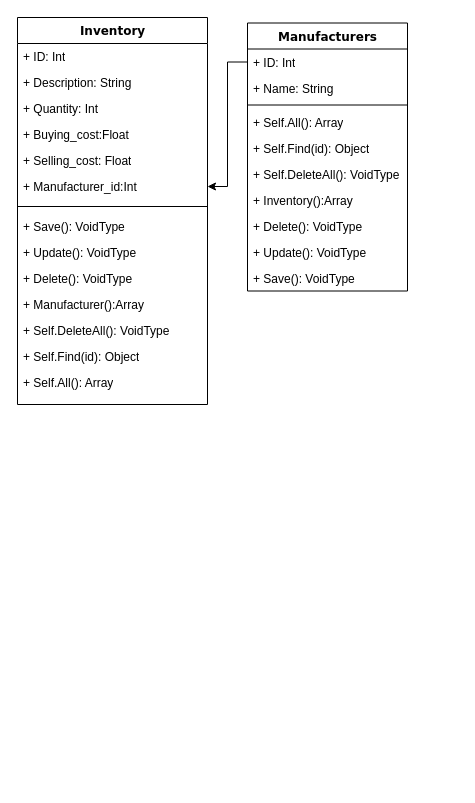
Above: Untitled Diagram.drawio in Maskonk/Book-Inventory-Management-System (draw.io), before the change. Source tidied: cells renumbered, new cells numbered last; positions are measured from the earlier drawing's top-left corner, leaving out a move shared by most shapes. Both pictures are drawn from the tidied source at 100%, with x=0, y=0 at pixel (17, 17).
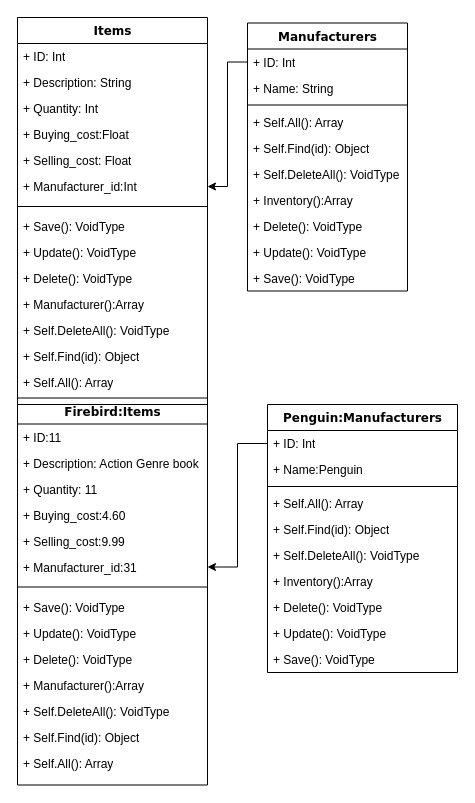
After the change.

Commit message:
Added Object diagrams

What changed in the source:
```diff
@@
-    <mxCell id="2" value="Inventory" style="swimlane;html=1;fontStyle=1;align=center;verticalAlign=top;horizontal=1;startSize=26;swimlaneFillColor=#ffffff;rounded=0;shadow=0;comic=0;labelBackgroundColor=none;strokeColor=#000000;strokeWidth=1;fillColor=none;fontFamily=Verdana;fontSize=12;fontColor=#000000;" parent="1" vertex="1">
+    <mxCell id="2" value="Items&lt;br&gt;" style="swimlane;html=1;fontStyle=1;align=center;verticalAlign=top;horizontal=1;startSize=26;swimlaneFillColor=#ffffff;rounded=0;shadow=0;comic=0;labelBackgroundColor=none;strokeColor=#000000;strokeWidth=1;fillColor=none;fontFamily=Verdana;fontSize=12;fontColor=#000000;" parent="1" vertex="1">
       <mxGeometry width="190" height="387" as="geometry" />
     </mxCell>
@@
+    <mxCell id="29" value="Firebird:Items" style="swimlane;html=1;fontStyle=1;align=center;verticalAlign=top;horizontal=1;startSize=26;swimlaneFillColor=#ffffff;rounded=0;shadow=0;comic=0;labelBackgroundColor=none;strokeColor=#000000;strokeWidth=1;fillColor=none;fontFamily=Verdana;fontSize=12;fontColor=#000000;" parent="1" vertex="1">
+      <mxGeometry y="380.5" width="190" height="387" as="geometry" />
+    </mxCell>
+    <mxCell id="30" value="+ ID:11" style="text;html=1;strokeColor=none;fillColor=none;align=left;verticalAlign=top;spacingLeft=4;spacingRight=4;whiteSpace=wrap;overflow=hidden;" parent="29" vertex="1">
+      <mxGeometry y="26" width="190" height="26" as="geometry" />
+    </mxCell>
+    <mxCell id="31" value="+ Description: Action Genre book&lt;br&gt;" style="text;html=1;strokeColor=none;fillColor=none;align=left;verticalAlign=top;spacingLeft=4;spacingRight=4;whiteSpace=wrap;overflow=hidden;" parent="29" vertex="1">
+      <mxGeometry y="52" width="190" height="26" as="geometry" />
+    </mxCell>
+    <mxCell id="32" value="+ Quantity: 11" style="text;html=1;strokeColor=none;fillColor=none;align=left;verticalAlign=top;spacingLeft=4;spacingRight=4;whiteSpace=wrap;overflow=hidden;" parent="29" vertex="1">
+      <mxGeometry y="78" width="190" height="26" as="geometry" />
+    </mxCell>
+    <mxCell id="33" value="+ Buying_cost:4.60" style="text;html=1;strokeColor=none;fillColor=none;align=left;verticalAlign=top;spacingLeft=4;spacingRight=4;whiteSpace=wrap;overflow=hidden;" parent="29" vertex="1">
+      <mxGeometry y="104" width="190" height="26" as="geometry" />
+    </mxCell>
+    <mxCell id="34" value="+ Selling_cost:9.99&lt;br&gt;" style="text;html=1;strokeColor=none;fillColor=none;align=left;verticalAlign=top;spacingLeft=4;spacingRight=4;whiteSpace=wrap;overflow=hidden;" parent="29" vertex="1">
+      <mxGeometry y="130" width="190" height="26" as="geometry" />
+    </mxCell>
+    <mxCell id="35" value="+ Manufacturer_id:31" style="text;html=1;strokeColor=none;fillColor=none;align=left;verticalAlign=top;spacingLeft=4;spacingRight=4;whiteSpace=wrap;overflow=hidden;points=[[0,0.5],[1,0.5]];portConstraint=eastwest;" parent="29" vertex="1">
+      <mxGeometry y="156" width="190" height="26" as="geometry" />
+    </mxCell>
+    <mxCell id="36" style="line;html=1;strokeWidth=1;fillColor=none;align=left;verticalAlign=middle;spacingTop=-1;spacingLeft=3;spacingRight=3;labelPosition=right;" parent="29" vertex="1">
+      <mxGeometry y="182" width="190" height="14" as="geometry" />
+    </mxCell>
+    <mxCell id="37" value="+ Save(): VoidType&lt;br&gt;" style="text;html=1;strokeColor=none;fillColor=none;align=left;verticalAlign=top;spacingLeft=4;spacingRight=4;whiteSpace=wrap;overflow=hidden;" parent="29" vertex="1">
+      <mxGeometry y="196" width="190" height="26" as="geometry" />
+    </mxCell>
+    <mxCell id="38" value="+ Update(): VoidType" style="text;html=1;strokeColor=none;fillColor=none;align=left;verticalAlign=top;spacingLeft=4;spacingRight=4;whiteSpace=wrap;overflow=hidden;" parent="29" vertex="1">
+      <mxGeometry y="222" width="190" height="26" as="geometry" />
+    </mxCell>
+    <mxCell id="39" value="+ Delete(): VoidType&lt;br&gt;" style="text;html=1;strokeColor=none;fillColor=none;align=left;verticalAlign=top;spacingLeft=4;spacingRight=4;whiteSpace=wrap;overflow=hidden;" parent="29" vertex="1">
+      <mxGeometry y="248" width="190" height="26" as="geometry" />
+    </mxCell>
+    <mxCell id="40" value="+ Manufacturer():Array&lt;br&gt;" style="text;html=1;strokeColor=none;fillColor=none;align=left;verticalAlign=top;spacingLeft=4;spacingRight=4;whiteSpace=wrap;overflow=hidden;" parent="29" vertex="1">
+      <mxGeometry y="274" width="190" height="26" as="geometry" />
+    </mxCell>
+    <mxCell id="41" value="+ Self.DeleteAll(): VoidType&lt;br&gt;" style="text;html=1;strokeColor=none;fillColor=none;align=left;verticalAlign=top;spacingLeft=4;spacingRight=4;whiteSpace=wrap;overflow=hidden;" parent="29" vertex="1">
+      <mxGeometry y="300" width="190" height="26" as="geometry" />
+    </mxCell>
+    <mxCell id="42" value="+ Self.Find(id): Object&lt;br&gt;" style="text;html=1;strokeColor=none;fillColor=none;align=left;verticalAlign=top;spacingLeft=4;spacingRight=4;whiteSpace=wrap;overflow=hidden;" parent="29" vertex="1">
+      <mxGeometry y="326" width="190" height="26" as="geometry" />
+    </mxCell>
+    <mxCell id="43" value="+ Self.All(): Array&lt;br&gt;" style="text;html=1;strokeColor=none;fillColor=none;align=left;verticalAlign=top;spacingLeft=4;spacingRight=4;whiteSpace=wrap;overflow=hidden;" parent="29" vertex="1">
+      <mxGeometry y="352" width="190" height="26" as="geometry" />
+    </mxCell>
+    <mxCell id="44" value="&lt;span&gt;Penguin:Manufacturers&lt;br&gt;&lt;/span&gt;" style="swimlane;html=1;fontStyle=1;align=center;verticalAlign=top;horizontal=1;startSize=26;swimlaneFillColor=#ffffff;rounded=0;shadow=0;comic=0;labelBackgroundColor=none;strokeColor=#000000;strokeWidth=1;fillColor=none;fontFamily=Verdana;fontSize=12;fontColor=#000000;" parent="1" vertex="1">
+      <mxGeometry x="250" y="387" width="190" height="268" as="geometry" />
+    </mxCell>
+    <mxCell id="45" value="+ ID: Int&lt;br&gt;" style="text;html=1;strokeColor=none;fillColor=none;align=left;verticalAlign=top;spacingLeft=4;spacingRight=4;whiteSpace=wrap;overflow=hidden;points=[[0,0.5],[1,0.5]];portConstraint=eastwest;" parent="44" vertex="1">
+      <mxGeometry y="26" width="190" height="26" as="geometry" />
+    </mxCell>
+    <mxCell id="46" value="+ Name:Penguin&lt;br&gt;&lt;br&gt;" style="text;html=1;strokeColor=none;fillColor=none;align=left;verticalAlign=top;spacingLeft=4;spacingRight=4;whiteSpace=wrap;overflow=hidden;" parent="44" vertex="1">
+      <mxGeometry y="52" width="190" height="26" as="geometry" />
+    </mxCell>
+    <mxCell id="47" style="line;html=1;strokeWidth=1;fillColor=none;align=left;verticalAlign=middle;spacingTop=-1;spacingLeft=3;spacingRight=3;labelPosition=right;" parent="44" vertex="1">
+      <mxGeometry y="78" width="190" height="8" as="geometry" />
+    </mxCell>
+    <mxCell id="48" value="+ Self.All(): Array&lt;br&gt;" style="text;html=1;strokeColor=none;fillColor=none;align=left;verticalAlign=top;spacingLeft=4;spacingRight=4;whiteSpace=wrap;overflow=hidden;" parent="44" vertex="1">
+      <mxGeometry y="86" width="190" height="26" as="geometry" />
+    </mxCell>
+    <mxCell id="49" value="+ Self.Find(id): Object&lt;br&gt;" style="text;html=1;strokeColor=none;fillColor=none;align=left;verticalAlign=top;spacingLeft=4;spacingRight=4;whiteSpace=wrap;overflow=hidden;" parent="44" vertex="1">
+      <mxGeometry y="112" width="190" height="26" as="geometry" />
+    </mxCell>
+    <mxCell id="50" value="+ Self.DeleteAll(): VoidType&lt;br&gt;" style="text;html=1;strokeColor=none;fillColor=none;align=left;verticalAlign=top;spacingLeft=4;spacingRight=4;whiteSpace=wrap;overflow=hidden;" parent="44" vertex="1">
+      <mxGeometry y="138" width="190" height="26" as="geometry" />
+    </mxCell>
+    <mxCell id="51" value="+ Inventory():Array&lt;br&gt;" style="text;html=1;strokeColor=none;fillColor=none;align=left;verticalAlign=top;spacingLeft=4;spacingRight=4;whiteSpace=wrap;overflow=hidden;" parent="44" vertex="1">
+      <mxGeometry y="164" width="190" height="26" as="geometry" />
+    </mxCell>
+    <mxCell id="52" value="+ Delete(): VoidType&lt;br&gt;" style="text;html=1;strokeColor=none;fillColor=none;align=left;verticalAlign=top;spacingLeft=4;spacingRight=4;whiteSpace=wrap;overflow=hidden;" parent="44" vertex="1">
+      <mxGeometry y="190" width="190" height="26" as="geometry" />
+    </mxCell>
+    <mxCell id="53" value="+ Update(): VoidType" style="text;html=1;strokeColor=none;fillColor=none;align=left;verticalAlign=top;spacingLeft=4;spacingRight=4;whiteSpace=wrap;overflow=hidden;" parent="44" vertex="1">
+      <mxGeometry y="216" width="190" height="26" as="geometry" />
+    </mxCell>
+    <mxCell id="54" value="+ Save(): VoidType&lt;br&gt;" style="text;html=1;strokeColor=none;fillColor=none;align=left;verticalAlign=top;spacingLeft=4;spacingRight=4;whiteSpace=wrap;overflow=hidden;" parent="44" vertex="1">
+      <mxGeometry y="242" width="190" height="26" as="geometry" />
+    </mxCell>
+    <mxCell id="55" style="edgeStyle=orthogonalEdgeStyle;rounded=0;jettySize=auto;html=1;entryX=1;entryY=0.5;entryDx=0;entryDy=0;" parent="1" edge="1" source="45" target="35">
+      <mxGeometry relative="1" as="geometry" />
+    </mxCell>
```
